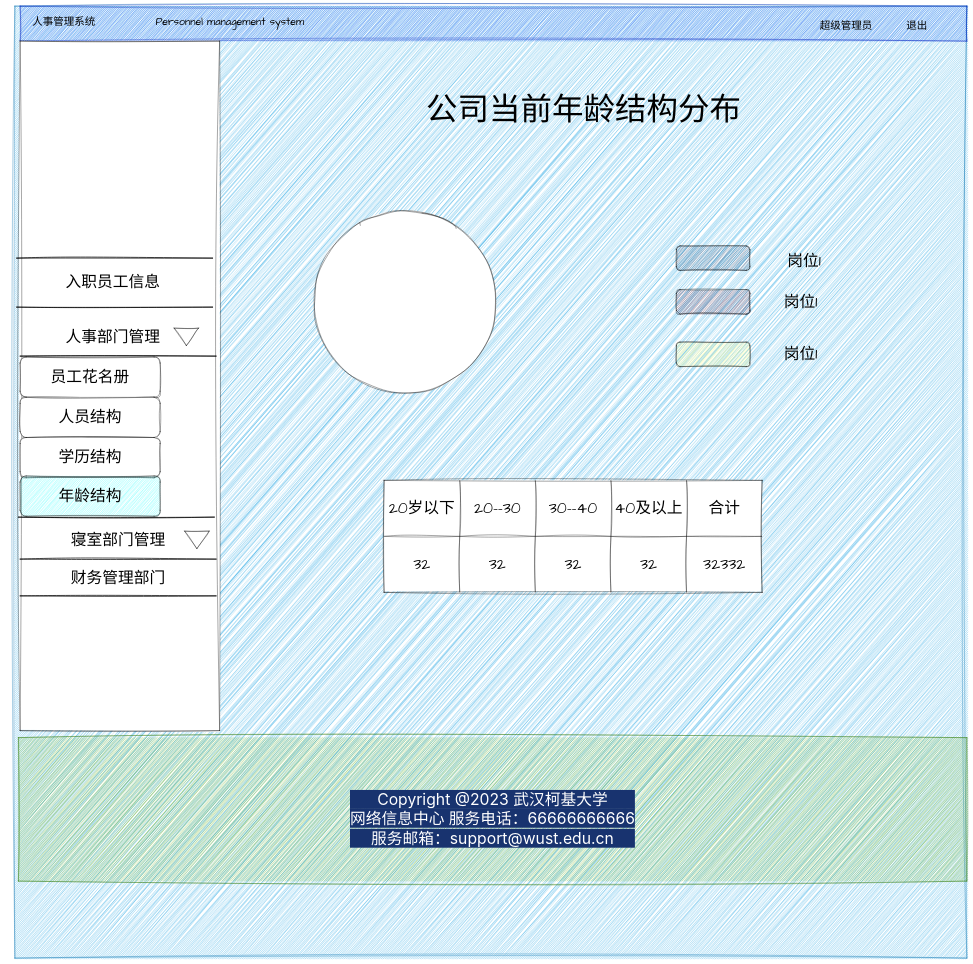
177-Liukuan/MyPicture keeps this draw.io diagram as 学历结构.drawio. Above is the earlier version. Source tidied: cells renumbered, new cells numbered last; positions are measured from the earlier drawing's top-left corner, leaving out a move shared by most shapes. Both pictures are drawn from the tidied source at 35%, with x=0, y=0 at pixel (6, 6).
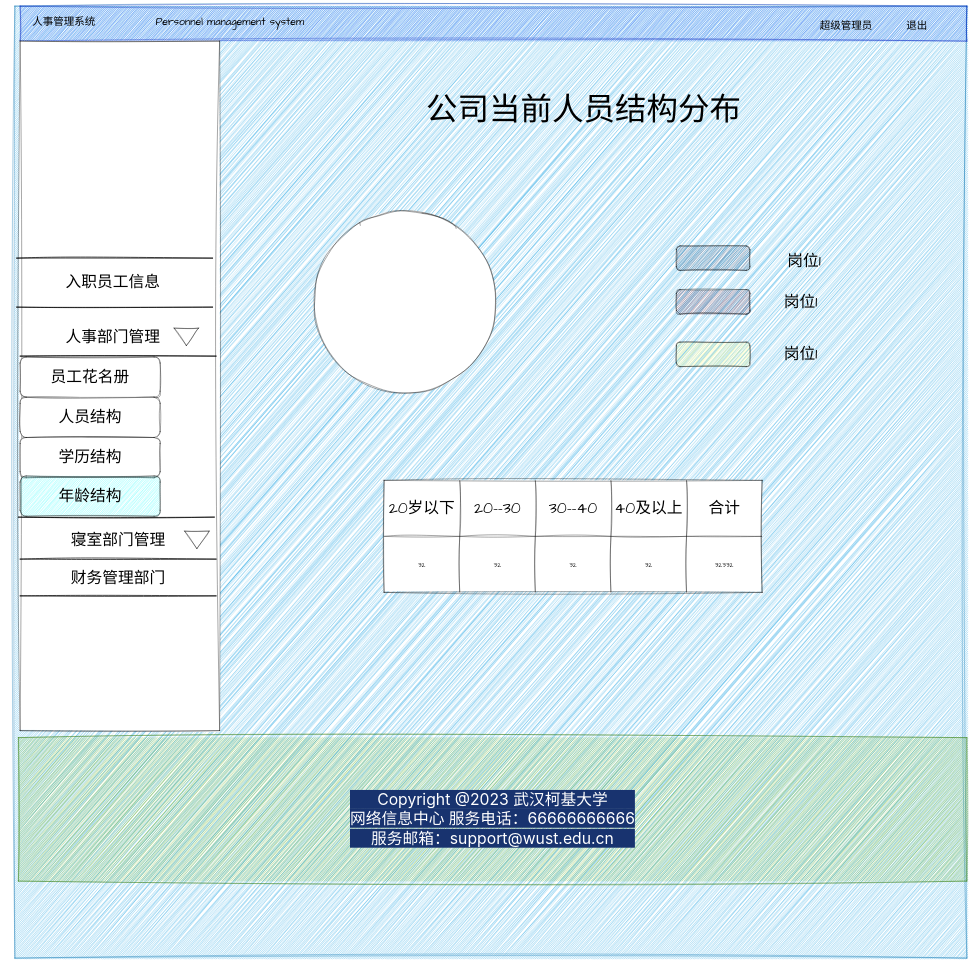
After the change.

Commit message:
更新学历结构.drawio

Unchanged cells that the change refers to:
```xml
<mxCell id="41" style="shape=tableRow;horizontal=0;startSize=0;swimlaneHead=0;swimlaneBody=0;strokeColor=inherit;top=0;left=0;bottom=0;right=0;fillColor=none;sketch=1;hachureGap=4;jiggle=2;curveFitting=1;fontFamily=Architects Daughter;fontSize=20;" parent="34" vertex="1">
  <mxGeometry y="160" width="1080" height="160" as="geometry" />
</mxCell>
```

The edit, as a diff of the source:
```diff
@@
-    <mxCell id="33" value="公司当前年龄结构分布" style="text;html=1;strokeColor=none;fillColor=none;align=center;verticalAlign=middle;whiteSpace=wrap;rounded=0;fontSize=90;fontFamily=Architects Daughter;" parent="1" vertex="1">
+    <mxCell id="33" value="公司当前人员结构分布" style="text;html=1;strokeColor=none;fillColor=none;align=center;verticalAlign=middle;whiteSpace=wrap;rounded=0;fontSize=90;fontFamily=Architects Daughter;" parent="1" vertex="1">
       <mxGeometry x="1130" y="290" width="1040" height="20" as="geometry" />
     </mxCell>
@@
-    <mxCell id="42" value="32" style="shape=partialRectangle;html=1;whiteSpace=wrap;strokeColor=inherit;overflow=hidden;fillColor=none;top=0;left=0;bottom=0;right=0;sketch=1;hachureGap=4;jiggle=2;curveFitting=1;fontFamily=Architects Daughter;fontSize=45;" parent="41" vertex="1">
+    <mxCell id="42" value="32" style="shape=partialRectangle;html=1;whiteSpace=wrap;strokeColor=inherit;overflow=hidden;fillColor=none;top=0;left=0;bottom=0;right=0;sketch=1;hachureGap=4;jiggle=2;curveFitting=1;fontFamily=Architects Daughter;fontSize=20;" parent="41" vertex="1">
       <mxGeometry width="216" height="160" as="geometry" />
     </mxCell>
-    <mxCell id="43" value="32" style="shape=partialRectangle;html=1;whiteSpace=wrap;strokeColor=inherit;overflow=hidden;fillColor=none;top=0;left=0;bottom=0;right=0;sketch=1;hachureGap=4;jiggle=2;curveFitting=1;fontFamily=Architects Daughter;fontSize=45;" parent="41" vertex="1">
+    <mxCell id="43" value="32" style="shape=partialRectangle;html=1;whiteSpace=wrap;strokeColor=inherit;overflow=hidden;fillColor=none;top=0;left=0;bottom=0;right=0;sketch=1;hachureGap=4;jiggle=2;curveFitting=1;fontFamily=Architects Daughter;fontSize=20;" parent="41" vertex="1">
       <mxGeometry x="216" width="216" height="160" as="geometry" />
     </mxCell>
-    <mxCell id="44" value="32" style="shape=partialRectangle;html=1;whiteSpace=wrap;strokeColor=inherit;overflow=hidden;fillColor=none;top=0;left=0;bottom=0;right=0;sketch=1;hachureGap=4;jiggle=2;curveFitting=1;fontFamily=Architects Daughter;fontSize=45;" parent="41" vertex="1">
+    <mxCell id="44" value="32" style="shape=partialRectangle;html=1;whiteSpace=wrap;strokeColor=inherit;overflow=hidden;fillColor=none;top=0;left=0;bottom=0;right=0;sketch=1;hachureGap=4;jiggle=2;curveFitting=1;fontFamily=Architects Daughter;fontSize=20;" parent="41" vertex="1">
       <mxGeometry x="432" width="216" height="160" as="geometry" />
     </mxCell>
-    <mxCell id="45" value="32" style="shape=partialRectangle;html=1;whiteSpace=wrap;strokeColor=inherit;overflow=hidden;fillColor=none;top=0;left=0;bottom=0;right=0;sketch=1;hachureGap=4;jiggle=2;curveFitting=1;fontFamily=Architects Daughter;fontSize=45;" parent="41" vertex="1">
+    <mxCell id="45" value="32" style="shape=partialRectangle;html=1;whiteSpace=wrap;strokeColor=inherit;overflow=hidden;fillColor=none;top=0;left=0;bottom=0;right=0;sketch=1;hachureGap=4;jiggle=2;curveFitting=1;fontFamily=Architects Daughter;fontSize=20;" parent="41" vertex="1">
       <mxGeometry x="648" width="216" height="160" as="geometry" />
     </mxCell>
-    <mxCell id="46" value="32332" style="shape=partialRectangle;html=1;whiteSpace=wrap;strokeColor=inherit;overflow=hidden;fillColor=none;top=0;left=0;bottom=0;right=0;sketch=1;hachureGap=4;jiggle=2;curveFitting=1;fontFamily=Architects Daughter;fontSize=45;" parent="41" vertex="1">
+    <mxCell id="46" value="32332" style="shape=partialRectangle;html=1;whiteSpace=wrap;strokeColor=inherit;overflow=hidden;fillColor=none;top=0;left=0;bottom=0;right=0;sketch=1;hachureGap=4;jiggle=2;curveFitting=1;fontFamily=Architects Daughter;fontSize=20;" parent="41" vertex="1">
       <mxGeometry x="864" width="216" height="160" as="geometry" />
     </mxCell>
```
